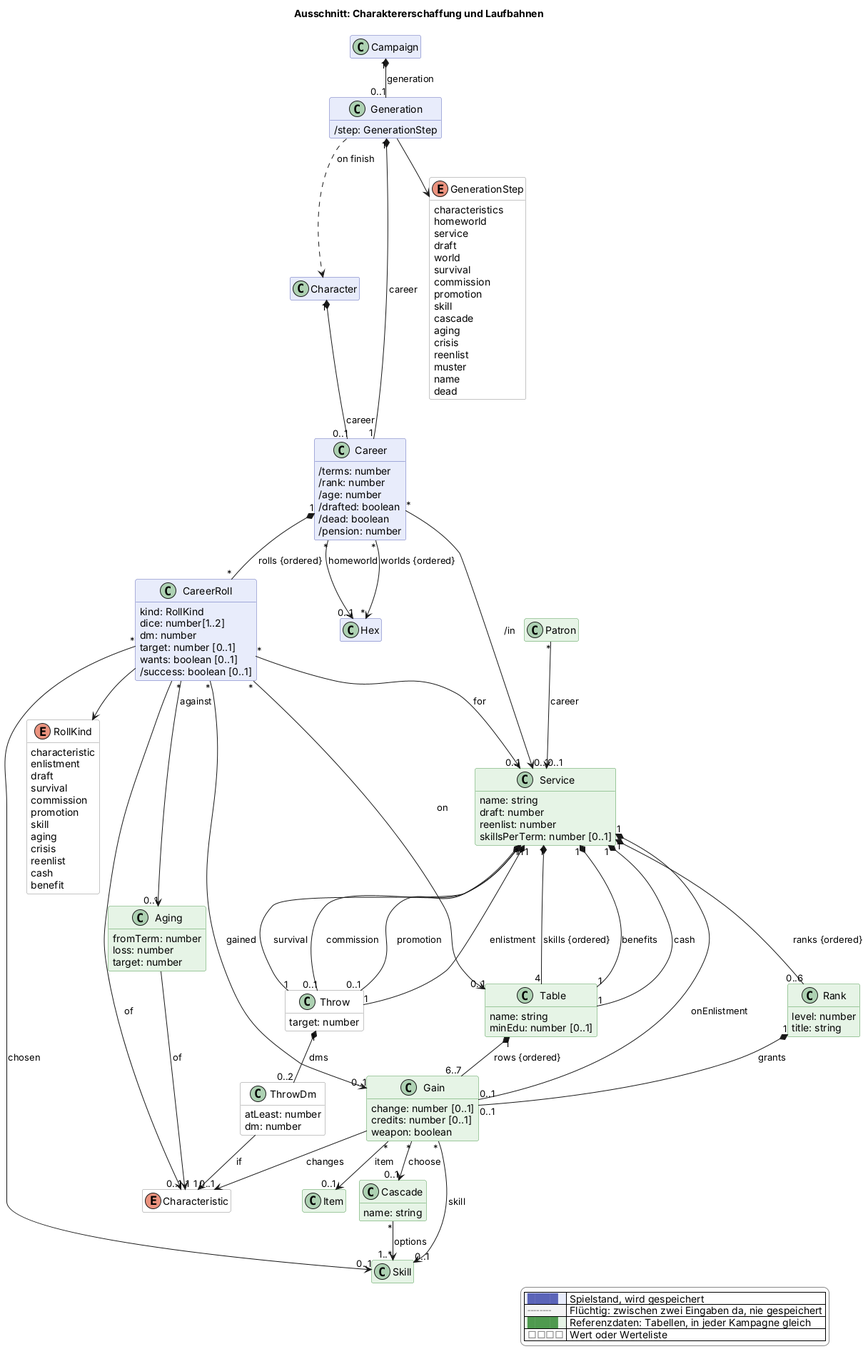
This is docs/views/erschaffung.png from scuzzar/SRE, a PlantUML export, as it was before one commit.
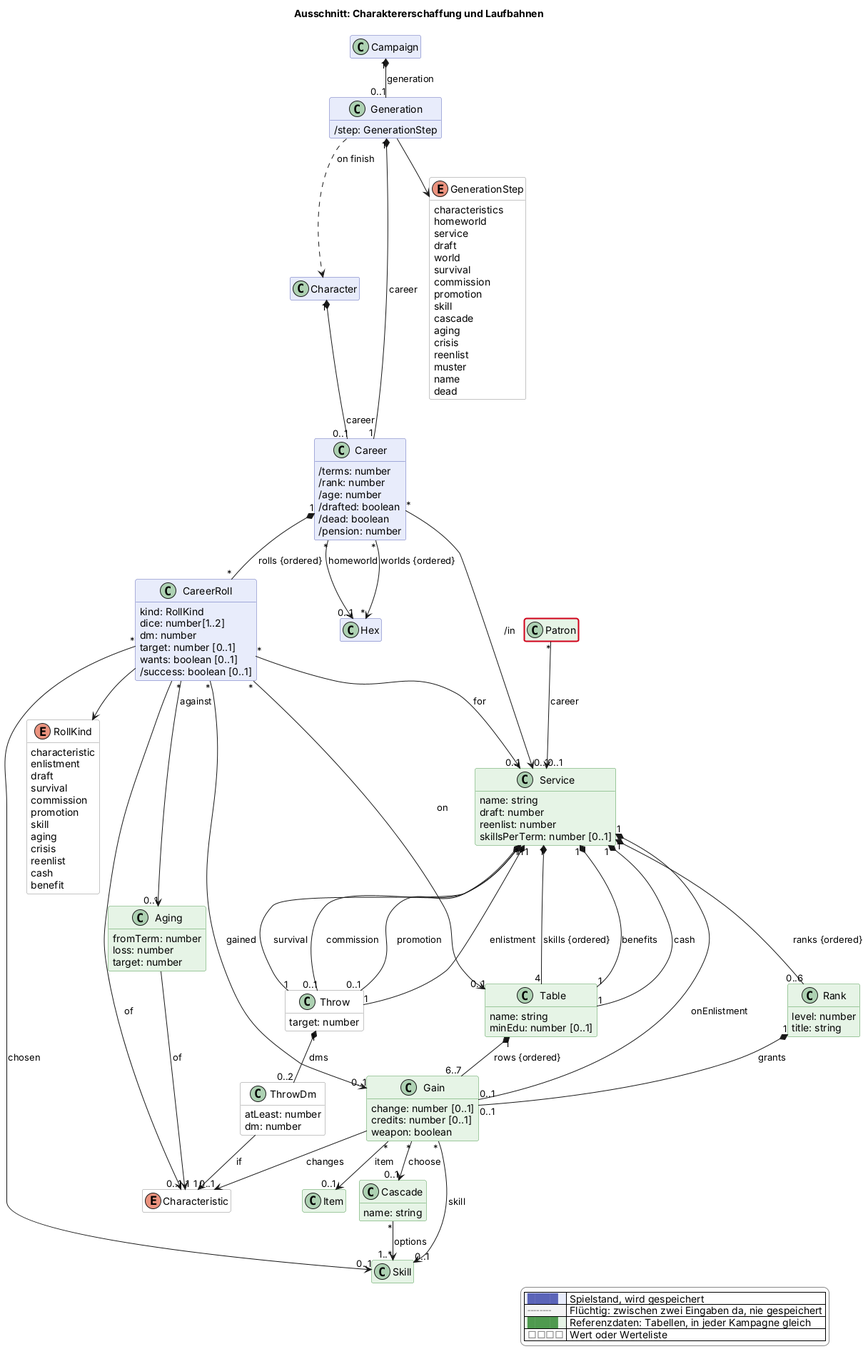
The same file after the commit.

What changed in the source:
```diff
@@ -220,4 +220,5 @@
   |<#e6f4e6> <color:#4f9a4f>████</color> | Referenzdaten: Tabellen, in jeder Kampagne gleich |
   |<#ffffff> <color:#8a8a8a>□□□□</color> | Wert oder Werteliste |
 endlegend
+class Patron #line:d0021b;line.bold
 @enduml
```
